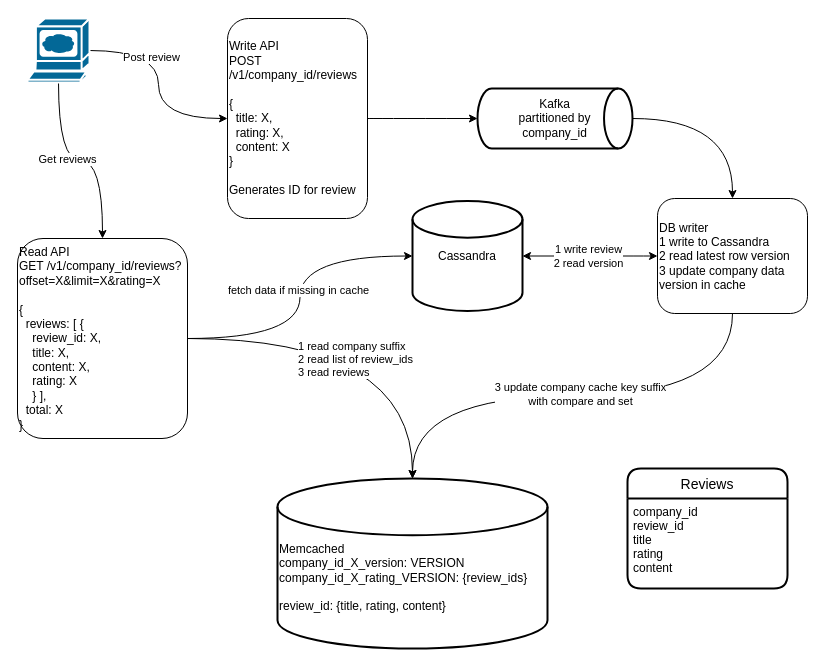
This is diagram.drawio from gruzilkin/reviews, a draw.io file, before an edit. Source tidied: cells renumbered, new cells numbered last; positions are measured from the earlier drawing's top-left corner, leaving out a move shared by most shapes. Both pictures are drawn from the tidied source at 100%, with x=0, y=0 at pixel (17, 18).
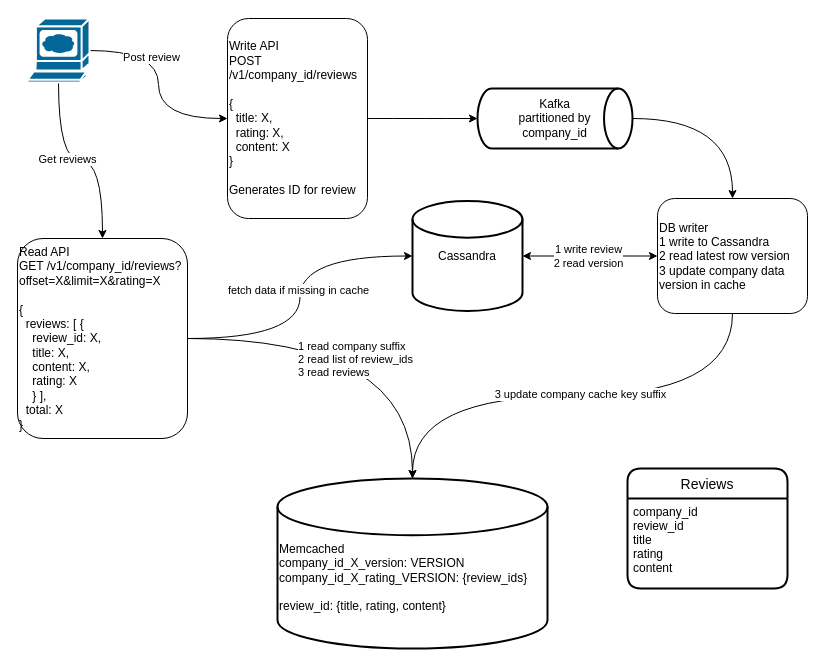
The same diagram, later.

The change refers to these unchanged cells:
```xml
<mxCell id="10" style="edgeStyle=orthogonalEdgeStyle;curved=1;jettySize=auto;html=1;exitX=0.5;exitY=1;exitDx=0;exitDy=0;" parent="1" edge="1" source="25" target="16">
  <mxGeometry relative="1" as="geometry" />
</mxCell>
```

The edit, as a diff of the source:
```diff
@@
-    <mxCell id="11" value="3 update company cache key suffix&lt;br&gt;with compare and set" style="edgeLabel;html=1;align=center;verticalAlign=middle;" parent="10" vertex="1">
+    <mxCell id="11" value="3 update company cache key suffix" style="edgeLabel;html=1;align=center;verticalAlign=middle;" parent="10" vertex="1">
       <mxGeometry x="-0.03" y="-2" relative="1" as="geometry" />
     </mxCell>
```
